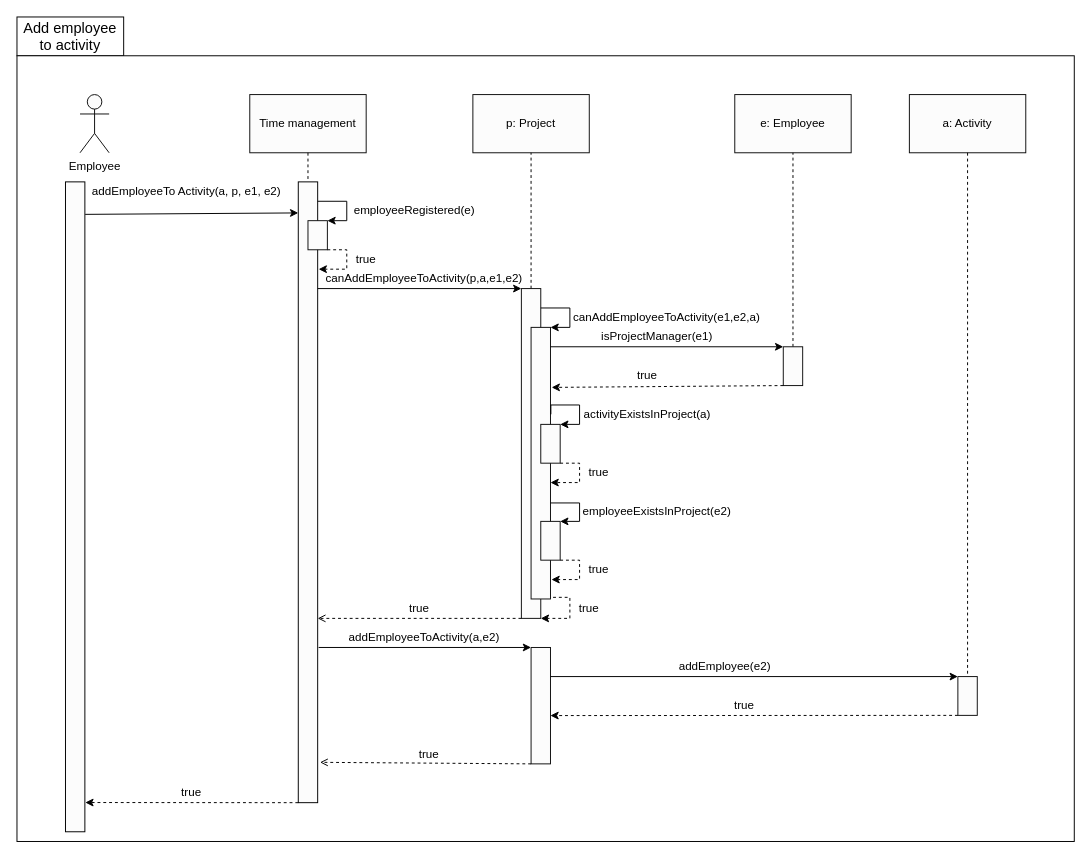
Earlier version of the draw.io diagram addEmployeeToActivity-sequence-diagram.drawio (HLLissau/SoftwareProjekt). Source tidied: cells renumbered, new cells numbered last; positions are measured from the earlier drawing's top-left corner, leaving out a move shared by most shapes. Both pictures are drawn from the tidied source at 97%, with x=0, y=0 at pixel (16, 16).
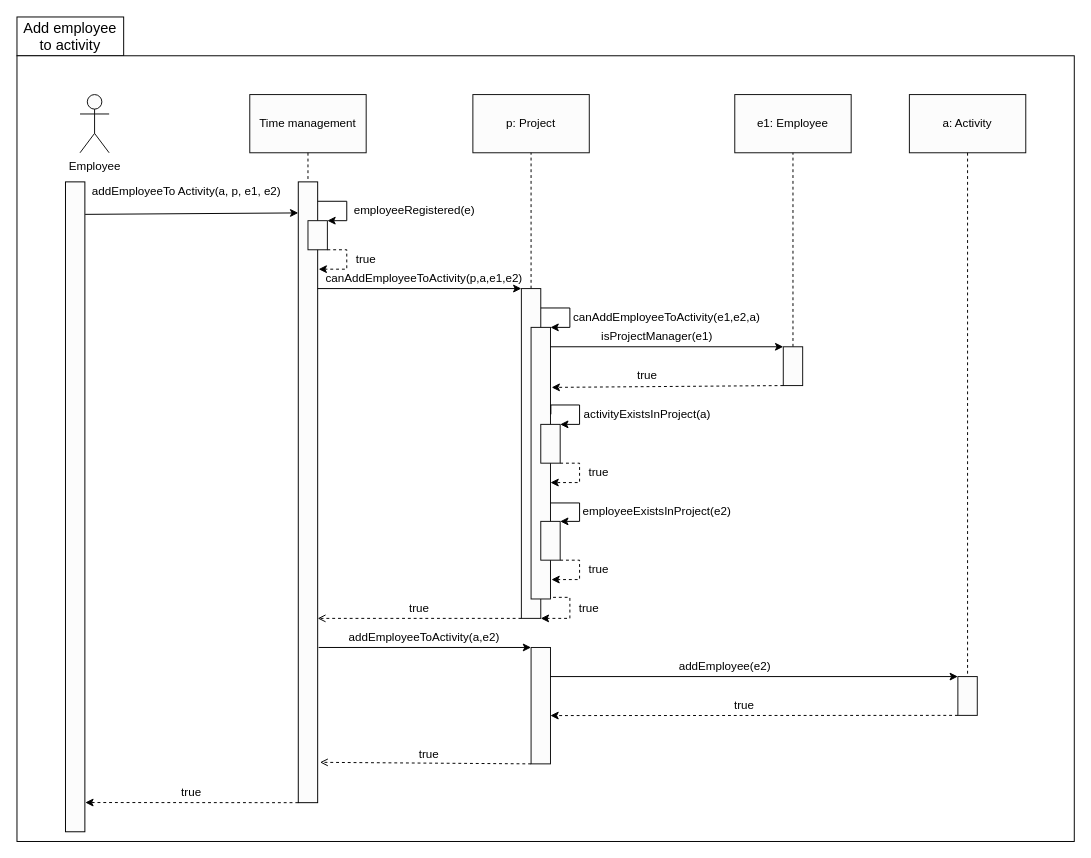
Above is the later version.

What changed in the source:
```diff
@@
-    <mxCell id="7" value="e: Employee" style="rounded=0;whiteSpace=wrap;html=1;fillColor=#FCFCFC;strokeColor=#0F0F0F;" parent="1" vertex="1">
+    <mxCell id="7" value="e1: Employee" style="rounded=0;whiteSpace=wrap;html=1;fillColor=#FCFCFC;strokeColor=#0F0F0F;" parent="1" vertex="1">
       <mxGeometry x="740" y="80" width="120" height="60" as="geometry" />
     </mxCell>
```
